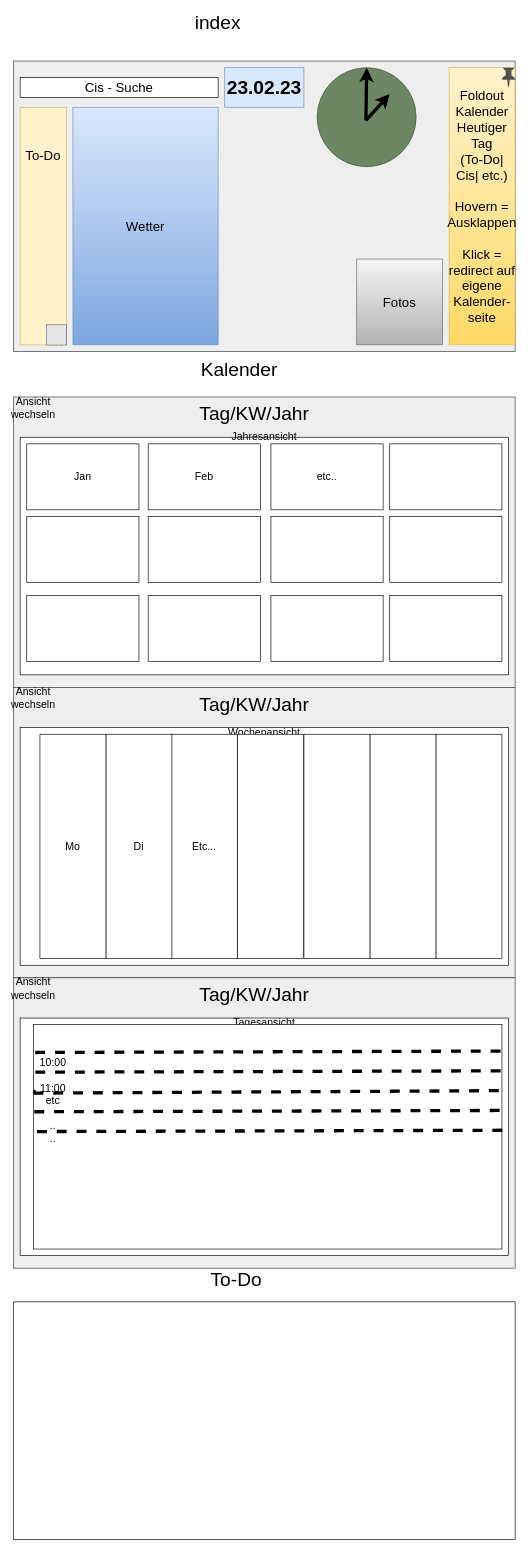
Before: Website Mockup.drawio in Reshicrom/FH_web, a draw.io diagram. Source tidied: cells renumbered, new cells numbered last; positions are measured from the earlier drawing's top-left corner, leaving out a move shared by most shapes. Both pictures are drawn from the tidied source at 66%, with x=0, y=0 at pixel (13, 18). Pictures stored in the file or linked from it are replaced by grey dashed boxes.
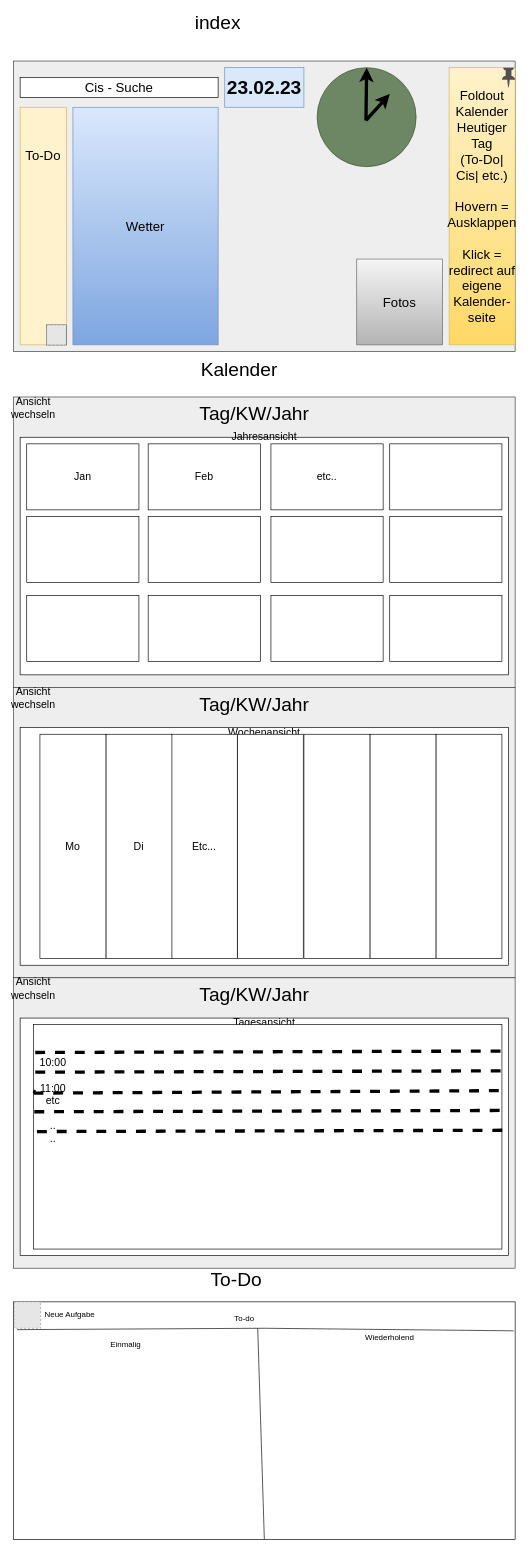
The same diagram, later.

Unchanged cells that the change refers to:
```xml
<mxCell id="57" style="rounded=0;whiteSpace=wrap;html=1;fontSize=16;" parent="1" vertex="1">
  <mxGeometry y="1945" width="760" height="360" as="geometry" />
</mxCell>
```

Change to the diagram source:
```diff
@@
+    <mxCell id="58" value="&lt;div&gt;To-do&lt;/div&gt;" style="text;html=1;strokeColor=none;fillColor=none;align=center;verticalAlign=middle;whiteSpace=wrap;rounded=0;" parent="1" vertex="1">
+      <mxGeometry x="320" y="1955" width="60" height="30" as="geometry" />
+    </mxCell>
+    <mxCell id="59" style="fillColor=#E6E6E6;strokeColor=#999999;dashed=1;html=1;verticalAlign=top;verticalLabelPosition=bottom;labelBackgroundColor=#ffffff;" parent="1" vertex="1">
+      <mxGeometry x="1" y="1945" width="40" height="40" as="geometry" />
+    </mxCell>
+    <mxCell id="60" value="&lt;div&gt;Neue Aufgabe&lt;/div&gt;" style="text;html=1;strokeColor=none;fillColor=none;align=center;verticalAlign=middle;whiteSpace=wrap;rounded=0;" parent="1" vertex="1">
+      <mxGeometry x="41" y="1950" width="89" height="30" as="geometry" />
+    </mxCell>
+    <mxCell id="61" style="endArrow=none;html=1;rounded=0;entryX=0.007;entryY=0.117;entryDx=0;entryDy=0;exitX=0.997;exitY=0.122;exitDx=0;exitDy=0;exitPerimeter=0;entryPerimeter=0;" parent="1" edge="1" source="57" target="57">
+      <mxGeometry relative="1" as="geometry">
+        <Array as="points">
+          <mxPoint x="380" y="1985" />
+        </Array>
+      </mxGeometry>
+    </mxCell>
+    <mxCell id="62" style="endArrow=none;html=1;rounded=0;" parent="1" edge="1">
+      <mxGeometry relative="1" as="geometry">
+        <mxPoint x="380" y="2305" as="sourcePoint" />
+        <mxPoint x="370" y="1985" as="targetPoint" />
+      </mxGeometry>
+    </mxCell>
+    <mxCell id="63" value="Einmalig" style="text;html=1;strokeColor=none;fillColor=none;align=center;verticalAlign=middle;whiteSpace=wrap;rounded=0;" parent="1" vertex="1">
+      <mxGeometry x="140" y="1995" width="60" height="30" as="geometry" />
+    </mxCell>
+    <mxCell id="64" value="Wiederholend" style="text;html=1;strokeColor=none;fillColor=none;align=center;verticalAlign=middle;whiteSpace=wrap;rounded=0;" parent="1" vertex="1">
+      <mxGeometry x="540" y="1985" width="60" height="30" as="geometry" />
+    </mxCell>
```
